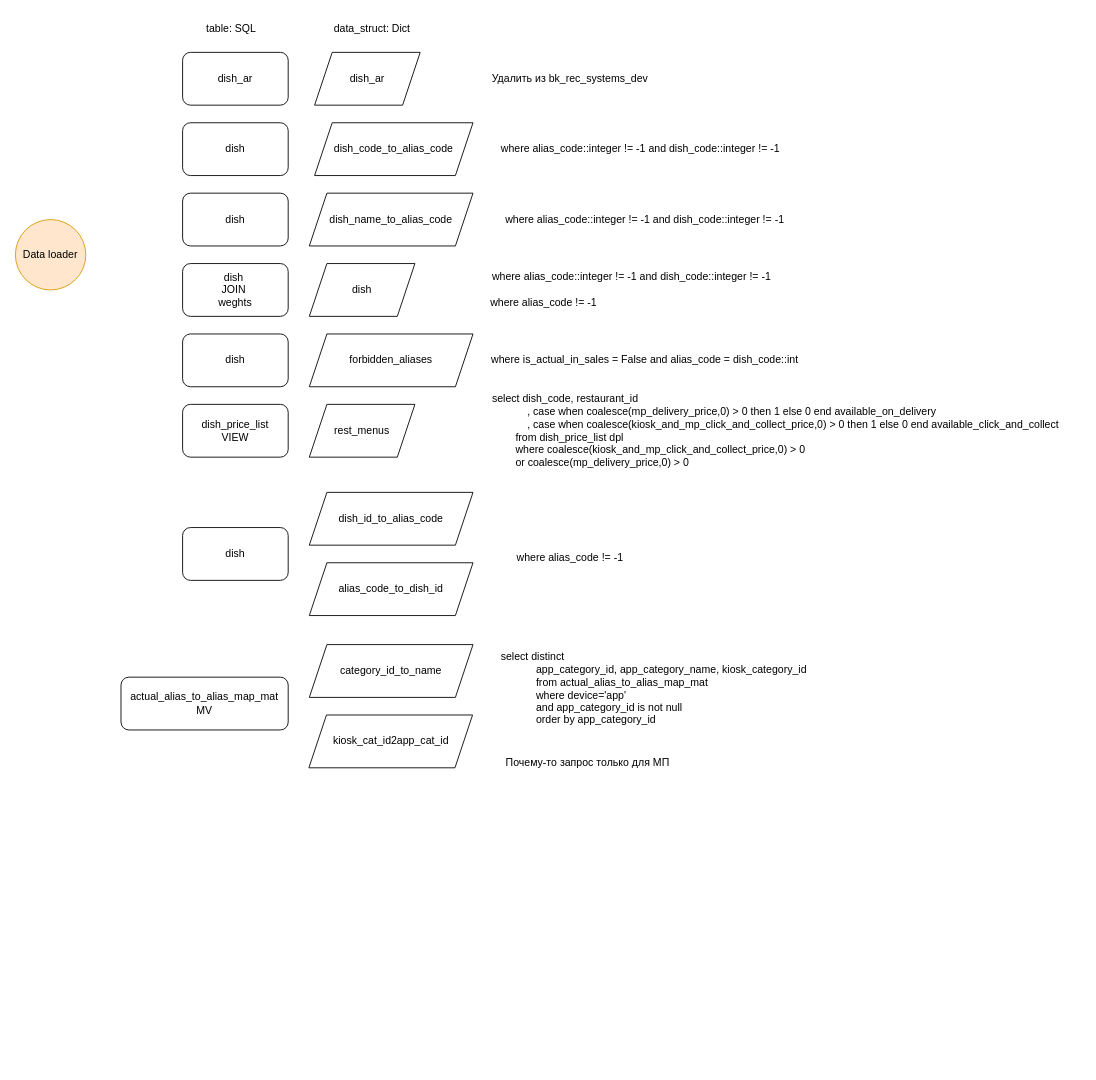
Above: recsys_data_loader.drawio in ArlanovCsb/responsive_menu (draw.io), before the change. Source tidied: cells renumbered, new cells numbered last; positions are measured from the earlier drawing's top-left corner, leaving out a move shared by most shapes. Both pictures are drawn from the tidied source at 88%, with x=0, y=0 at pixel (15, 15).
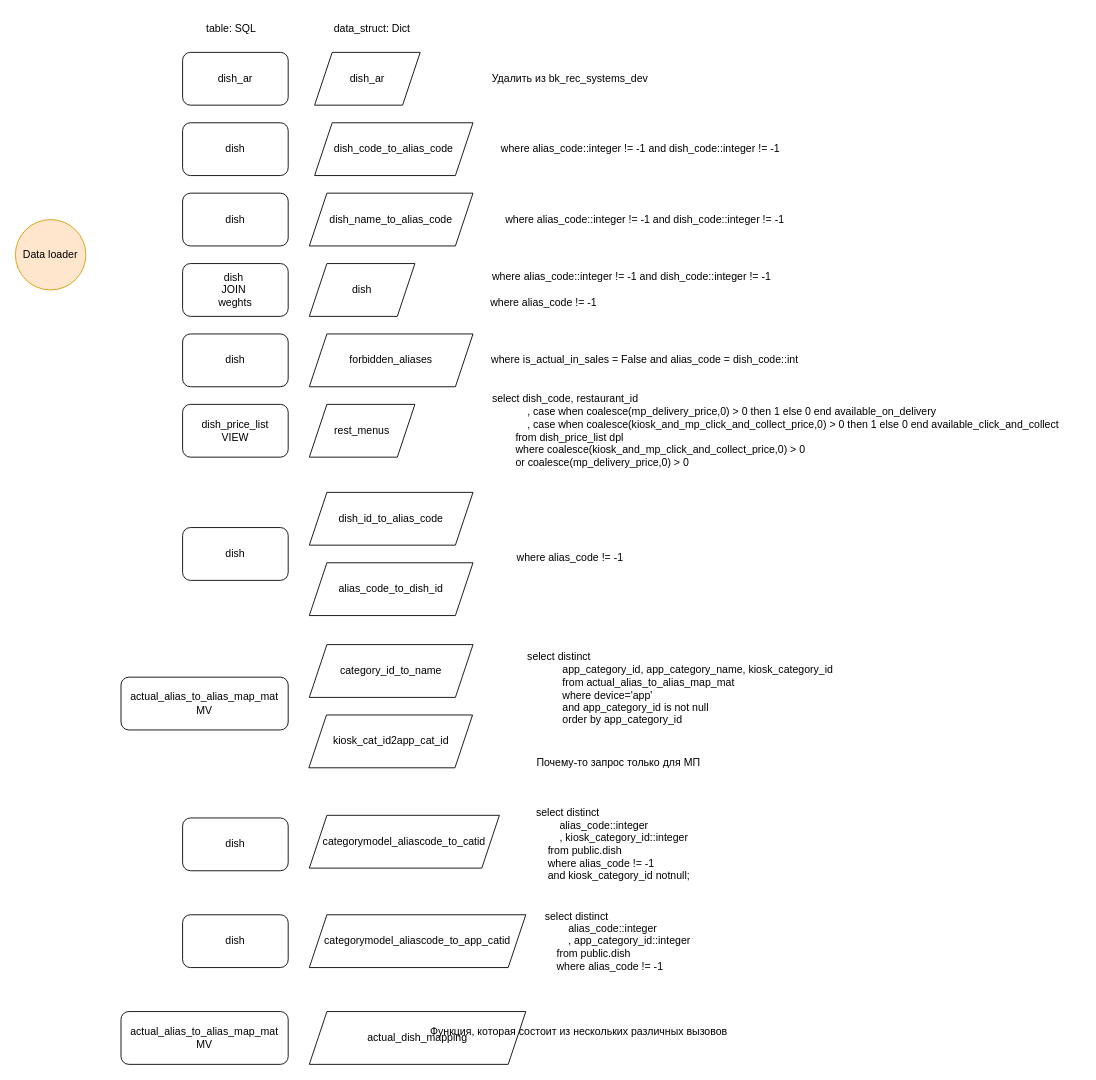
The same diagram, later.

Diff of the diagram source:
```diff
@@
     <mxCell id="29" value="&lt;div&gt;select distinct&lt;/div&gt;&lt;div&gt;&amp;nbsp; &amp;nbsp; &amp;nbsp; &amp;nbsp; &amp;nbsp; &amp;nbsp; app_category_id, app_category_name, kiosk_category_id&lt;/div&gt;&lt;div&gt;&amp;nbsp; &amp;nbsp; &amp;nbsp; &amp;nbsp; &amp;nbsp; &amp;nbsp; from actual_alias_to_alias_map_mat&lt;/div&gt;&lt;div&gt;&amp;nbsp; &amp;nbsp; &amp;nbsp; &amp;nbsp; &amp;nbsp; &amp;nbsp; where device='app'&lt;/div&gt;&lt;div&gt;&amp;nbsp; &amp;nbsp; &amp;nbsp; &amp;nbsp; &amp;nbsp; &amp;nbsp; and app_category_id is not null&lt;/div&gt;&lt;div style=&quot;&quot;&gt;&amp;nbsp; &amp;nbsp; &amp;nbsp; &amp;nbsp; &amp;nbsp; &amp;nbsp; order by app_category_id&lt;/div&gt;" style="text;html=1;align=left;verticalAlign=middle;strokeColor=none;fillColor=none;" parent="1" vertex="1">
-      <mxGeometry x="550" y="715" width="370" height="100" as="geometry" />
+      <mxGeometry x="580" y="715" width="370" height="100" as="geometry" />
     </mxCell>
@@
     <mxCell id="32" value="Почему-то запрос только для МП" style="text;html=1;align=center;verticalAlign=middle;strokeColor=none;fillColor=none;" parent="1" vertex="1">
-      <mxGeometry x="545" y="835" width="210" height="30" as="geometry" />
+      <mxGeometry x="580" y="835" width="210" height="30" as="geometry" />
     </mxCell>
+    <mxCell id="33" value="dish" style="rounded=1;whiteSpace=wrap;html=1;" parent="1" vertex="1">
+      <mxGeometry x="190" y="912" width="120" height="60" as="geometry" />
+    </mxCell>
+    <mxCell id="34" value="&lt;div&gt;select distinct&lt;/div&gt;&lt;div&gt;&amp;nbsp; &amp;nbsp; &lt;span style=&quot;white-space: pre;&quot;&gt;&amp;nbsp;&amp;nbsp;&amp;nbsp;&amp;nbsp;&lt;/span&gt;alias_code::integer&lt;/div&gt;&lt;div&gt;&amp;nbsp; &amp;nbsp; &lt;span style=&quot;&quot;&gt;&lt;span style=&quot;white-space: pre;&quot;&gt;&amp;nbsp;&amp;nbsp;&amp;nbsp;&amp;nbsp;&lt;/span&gt;&lt;/span&gt;, kiosk_category_id::integer&lt;/div&gt;&lt;div&gt;&amp;nbsp; &amp;nbsp; from public.dish&lt;/div&gt;&lt;div&gt;&amp;nbsp; &amp;nbsp; where alias_code != -1&lt;/div&gt;&lt;div&gt;&amp;nbsp; &amp;nbsp; and kiosk_category_id notnull;&lt;/div&gt;" style="text;html=1;align=left;verticalAlign=middle;strokeColor=none;fillColor=none;" parent="1" vertex="1">
+      <mxGeometry x="590" y="892" width="200" height="100" as="geometry" />
+    </mxCell>
+    <mxCell id="35" value="categorymodel_aliascode_to_catid" style="shape=parallelogram;perimeter=parallelogramPerimeter;whiteSpace=wrap;html=1;fixedSize=1;" parent="1" vertex="1">
+      <mxGeometry x="334" y="909" width="216" height="60" as="geometry" />
+    </mxCell>
+    <mxCell id="36" value="dish" style="rounded=1;whiteSpace=wrap;html=1;" parent="1" vertex="1">
+      <mxGeometry x="190" y="1022" width="120" height="60" as="geometry" />
+    </mxCell>
+    <mxCell id="37" value="categorymodel_aliascode_to_app_catid" style="shape=parallelogram;perimeter=parallelogramPerimeter;whiteSpace=wrap;html=1;fixedSize=1;" parent="1" vertex="1">
+      <mxGeometry x="334" y="1022" width="246" height="60" as="geometry" />
+    </mxCell>
+    <mxCell id="38" value="&lt;div&gt;select distinct&lt;/div&gt;&lt;div&gt;&amp;nbsp; &amp;nbsp; &amp;nbsp; &amp;nbsp; alias_code::integer&lt;/div&gt;&lt;div&gt;&amp;nbsp; &amp;nbsp; &amp;nbsp; &amp;nbsp; , app_category_id::integer&lt;/div&gt;&lt;div&gt;&amp;nbsp; &amp;nbsp; from public.dish&lt;/div&gt;&lt;div&gt;&amp;nbsp; &amp;nbsp; where alias_code != -1&lt;/div&gt;" style="text;html=1;align=left;verticalAlign=middle;strokeColor=none;fillColor=none;" parent="1" vertex="1">
+      <mxGeometry x="600" y="1007" width="190" height="90" as="geometry" />
+    </mxCell>
+    <mxCell id="39" value="actual_alias_to_alias_map_mat&lt;br&gt;MV" style="rounded=1;whiteSpace=wrap;html=1;" parent="1" vertex="1">
+      <mxGeometry x="120" y="1132" width="190" height="60" as="geometry" />
+    </mxCell>
+    <mxCell id="40" value="actual_dish_mapping" style="shape=parallelogram;perimeter=parallelogramPerimeter;whiteSpace=wrap;html=1;fixedSize=1;" parent="1" vertex="1">
+      <mxGeometry x="334" y="1132" width="246" height="60" as="geometry" />
+    </mxCell>
+    <mxCell id="41" value="Функция, которая состоит из нескольких различных вызовов" style="text;html=1;align=center;verticalAlign=middle;strokeColor=none;fillColor=none;" parent="1" vertex="1">
+      <mxGeometry x="460" y="1140" width="360" height="30" as="geometry" />
+    </mxCell>
```
